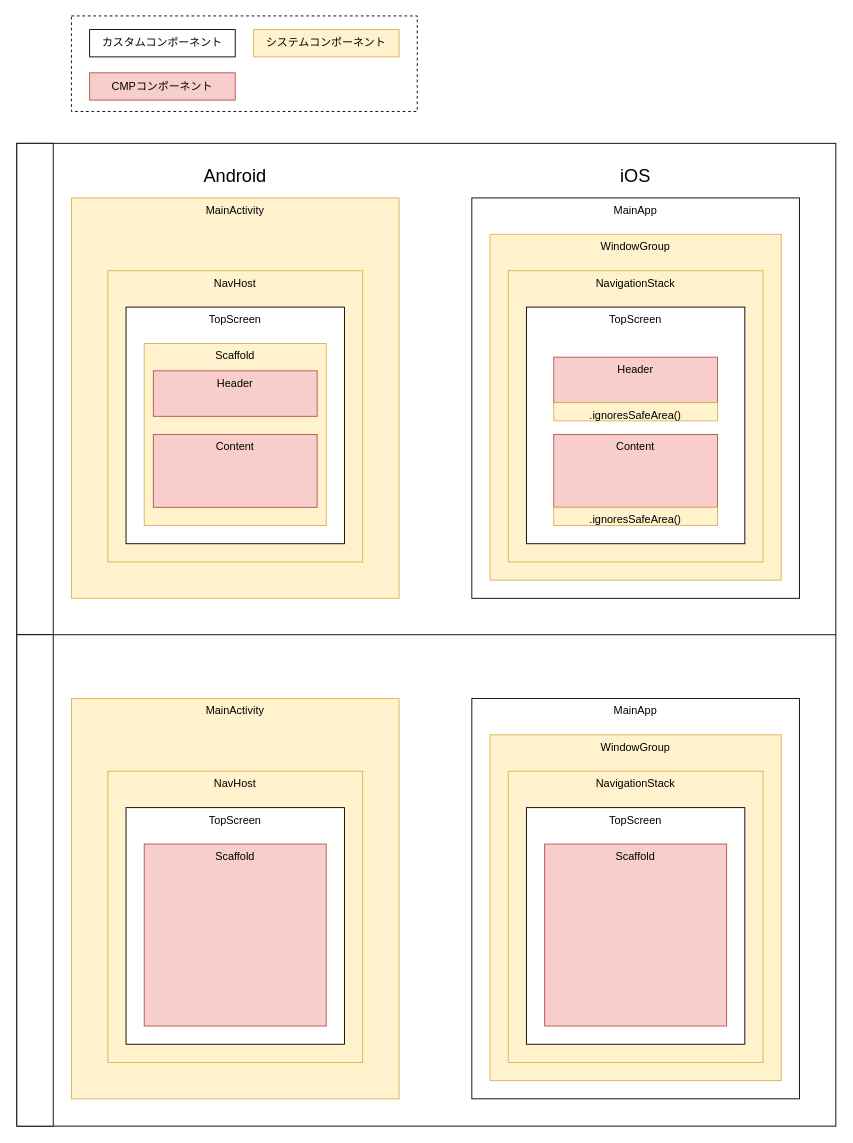
This is page "UI共通化" (2 of 3) of docs/CMP_In_Native化案.drawio from seabat/hybrid-cmp-pdf-viewer, a draw.io file, before an edit. Source tidied: cells renumbered, new cells numbered last; positions are measured from the earlier drawing's top-left corner, leaving out a move shared by most shapes. Both pictures are drawn from the tidied source at 91%, with x=0, y=0 at pixel (16, 15).
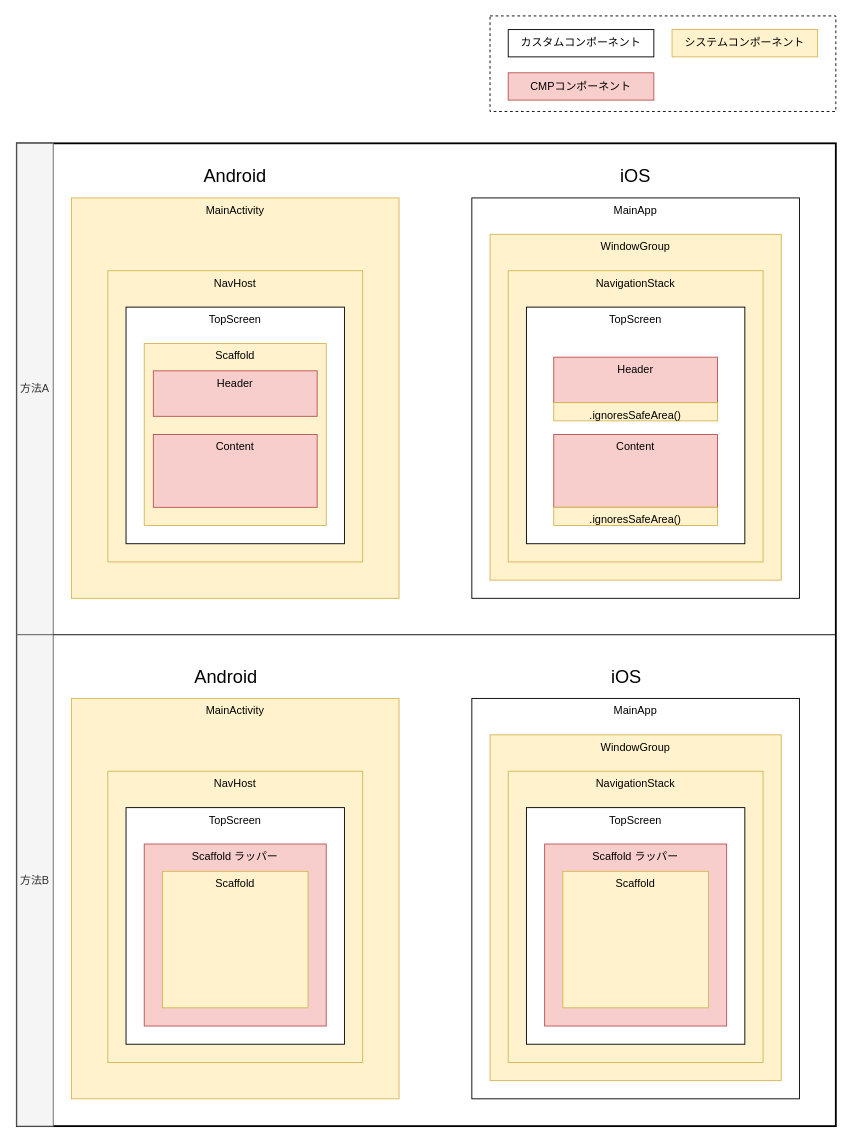
After the change.

What changed in the source:
```diff
@@
-    <mxCell id="2" style="rounded=0;whiteSpace=wrap;html=1;" parent="1" vertex="1">
+    <mxCell id="2" style="rounded=0;whiteSpace=wrap;html=1;strokeWidth=2;" parent="1" vertex="1">
       <mxGeometry y="140" width="900" height="1080" as="geometry" />
     </mxCell>
     <mxCell id="3" style="rounded=0;whiteSpace=wrap;html=1;dashed=1;" parent="1" vertex="1">
-      <mxGeometry x="60" width="380" height="105" as="geometry" />
+      <mxGeometry x="520" width="380" height="105" as="geometry" />
     </mxCell>
@@
     <mxCell id="18" value="システムコンポーネント" style="rounded=0;whiteSpace=wrap;html=1;fillColor=#fff2cc;strokeColor=#d6b656;" parent="1" vertex="1">
-      <mxGeometry x="260" y="15" width="160" height="30" as="geometry" />
+      <mxGeometry x="720" y="15" width="160" height="30" as="geometry" />
     </mxCell>
     <mxCell id="19" value="カスタムコンポーネント" style="rounded=0;whiteSpace=wrap;html=1;" parent="1" vertex="1">
-      <mxGeometry x="80" y="15" width="160" height="30" as="geometry" />
+      <mxGeometry x="540" y="15" width="160" height="30" as="geometry" />
     </mxCell>
     <mxCell id="20" value="CMPコンポーネント" style="rounded=0;whiteSpace=wrap;html=1;fillColor=#f8cecc;strokeColor=#b85450;" parent="1" vertex="1">
-      <mxGeometry x="80" y="62.5" width="160" height="30" as="geometry" />
+      <mxGeometry x="540" y="62.5" width="160" height="30" as="geometry" />
     </mxCell>
-    <mxCell id="21" style="rounded=0;whiteSpace=wrap;html=1;" parent="1" vertex="1">
+    <mxCell id="21" value="方法A" style="rounded=0;whiteSpace=wrap;html=1;fillColor=#f5f5f5;fontColor=#333333;strokeColor=#666666;" parent="1" vertex="1">
       <mxGeometry y="140" width="40" height="540" as="geometry" />
     </mxCell>
-    <mxCell id="22" style="rounded=0;whiteSpace=wrap;html=1;" parent="1" vertex="1">
+    <mxCell id="22" value="方法B" style="rounded=0;whiteSpace=wrap;html=1;fillColor=#f5f5f5;fontColor=#333333;strokeColor=#666666;" parent="1" vertex="1">
       <mxGeometry y="680" width="40" height="540" as="geometry" />
     </mxCell>
@@
-    <mxCell id="26" value="Scaffold" style="rounded=0;whiteSpace=wrap;html=1;verticalAlign=top;fillColor=#f8cecc;strokeColor=#b85450;" parent="1" vertex="1">
+    <mxCell id="26" value="Scaffold ラッパー" style="rounded=0;whiteSpace=wrap;html=1;verticalAlign=top;fillColor=#f8cecc;strokeColor=#b85450;" parent="1" vertex="1">
       <mxGeometry x="140" y="910" width="200" height="200" as="geometry" />
     </mxCell>
@@
-    <mxCell id="31" value="Scaffold" style="rounded=0;whiteSpace=wrap;html=1;verticalAlign=top;fillColor=#f8cecc;strokeColor=#b85450;" parent="1" vertex="1">
+    <mxCell id="31" value="Scaffold ラッパー" style="rounded=0;whiteSpace=wrap;html=1;verticalAlign=top;fillColor=#f8cecc;strokeColor=#b85450;" parent="1" vertex="1">
       <mxGeometry x="580" y="910" width="200" height="200" as="geometry" />
     </mxCell>
@@
+    <mxCell id="35" value="&lt;font style=&quot;font-size: 20px;&quot;&gt;Android&lt;/font&gt;" style="text;html=1;align=center;verticalAlign=middle;whiteSpace=wrap;rounded=0;" parent="1" vertex="1">
+      <mxGeometry x="200" y="710" width="60" height="30" as="geometry" />
+    </mxCell>
+    <mxCell id="36" value="&lt;font style=&quot;font-size: 20px;&quot;&gt;iOS&lt;/font&gt;" style="text;html=1;align=center;verticalAlign=middle;whiteSpace=wrap;rounded=0;" parent="1" vertex="1">
+      <mxGeometry x="640" y="710" width="60" height="30" as="geometry" />
+    </mxCell>
+    <mxCell id="37" value="Scaffold" style="rounded=0;whiteSpace=wrap;html=1;verticalAlign=top;fillColor=#fff2cc;strokeColor=#d6b656;" parent="1" vertex="1">
+      <mxGeometry x="160" y="940" width="160" height="150" as="geometry" />
+    </mxCell>
+    <mxCell id="38" value="Scaffold" style="rounded=0;whiteSpace=wrap;html=1;verticalAlign=top;fillColor=#fff2cc;strokeColor=#d6b656;" parent="1" vertex="1">
+      <mxGeometry x="600" y="940" width="160" height="150" as="geometry" />
+    </mxCell>
```
